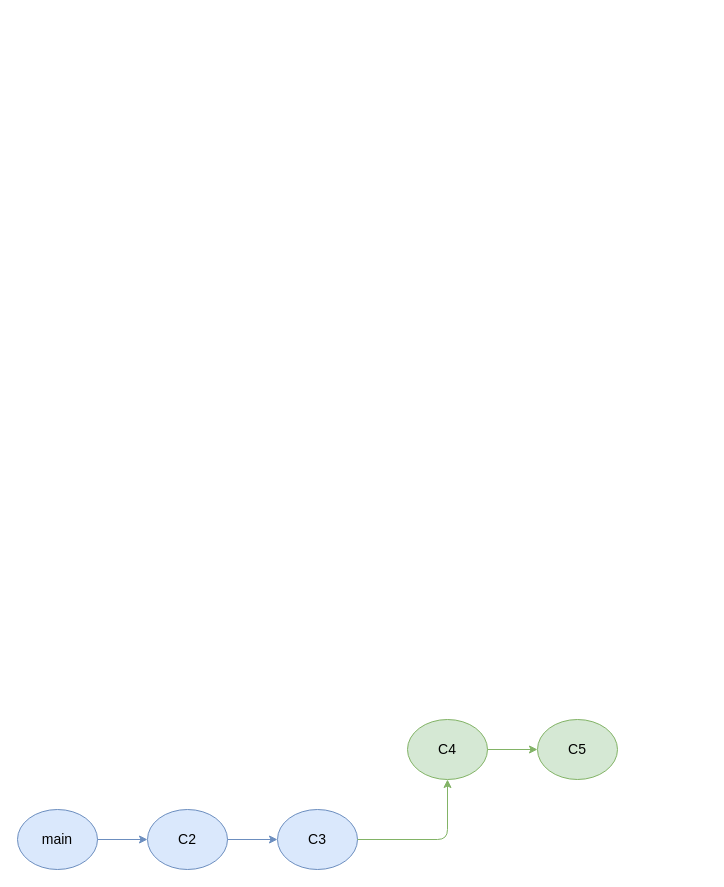
The draw.io diagram docs/assets/git_branches.drawio in k-CIR/course-open-science-in-practice, before the edit. Source tidied: cells renumbered, new cells numbered last; positions are measured from the earlier drawing's top-left corner, leaving out a move shared by most shapes. Both pictures are drawn from the tidied source at 100%, with x=0, y=0 at pixel (17, 719).
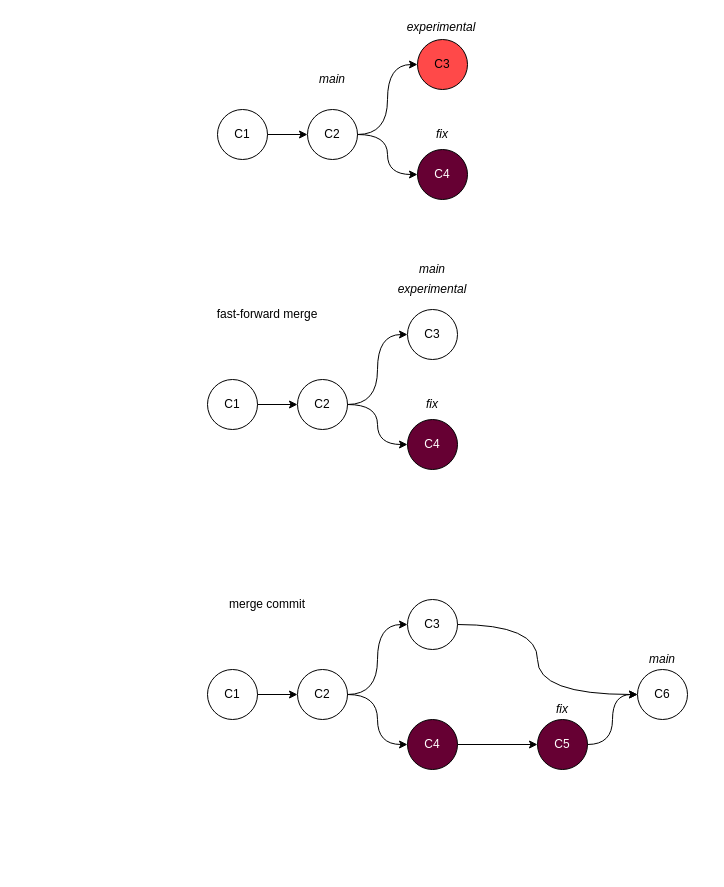
Above is the later version.

The edit, as a diff of the source:
```diff
@@
     <mxCell id="2" value="A branch is a movable pointer to a commit" style="text;html=1;fillColor=none;strokeColor=none;fontSize=16;fontStyle=1;align=center;" parent="1">
-      <mxGeometry x="-10" y="-70" width="640" height="30" as="geometry" />
+      <mxGeometry x="-20" y="-700" width="640" height="30" as="geometry" />
     </mxCell>
-    <mxCell id="3" value="main" style="ellipse;whiteSpace=wrap;html=1;fillColor=#dae8fc;strokeColor=#6c8ebf;fontSize=14;" parent="1" vertex="1">
-      <mxGeometry y="90" width="80" height="60" as="geometry" />
-    </mxCell>
-    <mxCell id="4" value="C2" style="ellipse;whiteSpace=wrap;html=1;fillColor=#dae8fc;strokeColor=#6c8ebf;fontSize=14;" parent="1" vertex="1">
-      <mxGeometry x="130" y="90" width="80" height="60" as="geometry" />
-    </mxCell>
-    <mxCell id="5" value="C3" style="ellipse;whiteSpace=wrap;html=1;fillColor=#dae8fc;strokeColor=#6c8ebf;fontSize=14;" parent="1" vertex="1">
-      <mxGeometry x="260" y="90" width="80" height="60" as="geometry" />
-    </mxCell>
-    <mxCell id="6" value="C4" style="ellipse;whiteSpace=wrap;html=1;fillColor=#d5e8d4;strokeColor=#82b366;fontSize=14;" parent="1" vertex="1">
-      <mxGeometry x="390" width="80" height="60" as="geometry" />
-    </mxCell>
-    <mxCell id="7" value="C5" style="ellipse;whiteSpace=wrap;html=1;fillColor=#d5e8d4;strokeColor=#82b366;fontSize=14;" parent="1" vertex="1">
-      <mxGeometry x="520" width="80" height="60" as="geometry" />
-    </mxCell>
-    <mxCell id="8" style="edgeStyle=orthogonalEdgeStyle;rounded=1;html=1;strokeColor=#6c8ebf;" parent="1" edge="1" source="3" target="4">
-      <mxGeometry relative="1" as="geometry" />
-    </mxCell>
-    <mxCell id="9" style="edgeStyle=orthogonalEdgeStyle;rounded=1;html=1;strokeColor=#6c8ebf;" parent="1" edge="1" source="4" target="5">
-      <mxGeometry relative="1" as="geometry" />
-    </mxCell>
-    <mxCell id="10" style="edgeStyle=orthogonalEdgeStyle;rounded=1;html=1;strokeColor=#82b366;" parent="1" edge="1" source="5" target="6">
-      <mxGeometry relative="1" as="geometry" />
-    </mxCell>
-    <mxCell id="11" style="edgeStyle=orthogonalEdgeStyle;rounded=1;html=1;strokeColor=#82b366;" parent="1" edge="1" source="6" target="7">
-      <mxGeometry relative="1" as="geometry" />
-    </mxCell>
     <mxCell id="12" value="main" style="text;html=1;fillColor=none;strokeColor=none;fontSize=14;fontStyle=1;fontColor=#6c8ebf;" parent="1">
-      <mxGeometry x="260" y="160" width="80" height="24" as="geometry" />
+      <mxGeometry x="250" y="-470" width="80" height="24" as="geometry" />
     </mxCell>
     <mxCell id="13" value="feature" style="text;html=1;fillColor=none;strokeColor=none;fontSize=14;fontStyle=1;fontColor=#82b366;" parent="1">
-      <mxGeometry x="520" y="70" width="80" height="24" as="geometry" />
+      <mxGeometry x="510" y="-560" width="80" height="24" as="geometry" />
     </mxCell>
@@
+    <mxCell id="16" style="edgeStyle=orthogonalEdgeStyle;rounded=0;jettySize=auto;html=1;strokeColor=#000000;fontColor=#000000;backgroundOutline=0;" parent="1" edge="1" source="17" target="20">
+      <mxGeometry relative="1" as="geometry" />
+    </mxCell>
+    <mxCell id="17" value="C1" style="ellipse;whiteSpace=wrap;html=1;shapeInside=1;fontColor=#000000;fillColor=none;strokeColor=#000000;backgroundOutline=0;" parent="1" vertex="1">
+      <mxGeometry x="200" y="-610" width="50" height="50" as="geometry" />
+    </mxCell>
+    <mxCell id="18" style="edgeStyle=orthogonalEdgeStyle;rounded=0;jettySize=auto;html=1;entryX=0;entryY=0.5;entryDx=0;entryDy=0;curved=1;strokeColor=#000000;fontColor=#000000;backgroundOutline=0;" parent="1" edge="1" source="20" target="22">
+      <mxGeometry relative="1" as="geometry" />
+    </mxCell>
+    <mxCell id="19" style="edgeStyle=orthogonalEdgeStyle;rounded=0;jettySize=auto;html=1;curved=1;strokeColor=#000000;fontColor=#000000;backgroundOutline=0;" parent="1" edge="1" source="20" target="44">
+      <mxGeometry relative="1" as="geometry" />
+    </mxCell>
+    <mxCell id="20" value="C2" style="ellipse;whiteSpace=wrap;html=1;shapeInside=1;fontColor=#000000;fillColor=none;strokeColor=#000000;backgroundOutline=0;" parent="1" vertex="1">
+      <mxGeometry x="290" y="-610" width="50" height="50" as="geometry" />
+    </mxCell>
+    <mxCell id="21" value="main" style="text;html=1;whiteSpace=wrap;strokeColor=none;fillColor=none;align=center;verticalAlign=middle;rounded=0;fontStyle=2;fontFamily=Helvetica;fontSize=12;fontColor=#000000;backgroundOutline=0;" parent="1" vertex="1">
+      <mxGeometry x="270" y="-650" width="90" height="20" as="geometry" />
+    </mxCell>
+    <mxCell id="22" value="C3" style="ellipse;whiteSpace=wrap;html=1;shapeInside=1;fillColor=#FF4949;gradientColor=none;strokeColor=#000000;fontColor=#000000;backgroundOutline=0;" parent="1" vertex="1">
+      <mxGeometry x="400" y="-680" width="50" height="50" as="geometry" />
+    </mxCell>
+    <mxCell id="23" value="&lt;span style=&quot;&quot;&gt;experimental&lt;/span&gt;" style="text;html=1;whiteSpace=wrap;strokeColor=none;fillColor=none;align=center;verticalAlign=middle;rounded=0;fontStyle=2;fontColor=#000000;backgroundOutline=0;" parent="1" vertex="1">
+      <mxGeometry x="379" y="-702" width="90" height="20" as="geometry" />
+    </mxCell>
+    <mxCell id="24" style="edgeStyle=orthogonalEdgeStyle;rounded=0;jettySize=auto;html=1;strokeColor=light-dark(#000000,#FFFFFF);" parent="1" edge="1" source="25" target="28">
+      <mxGeometry relative="1" as="geometry" />
+    </mxCell>
+    <mxCell id="25" value="C1" style="ellipse;whiteSpace=wrap;html=1;shapeInside=1;fontColor=light-dark(#000000,#FFFFFF);fillColor=none;strokeColor=light-dark(#000000,#FFFFFF);" parent="1" vertex="1">
+      <mxGeometry x="190" y="-340" width="50" height="50" as="geometry" />
+    </mxCell>
+    <mxCell id="26" style="edgeStyle=orthogonalEdgeStyle;rounded=0;jettySize=auto;html=1;entryX=0;entryY=0.5;entryDx=0;entryDy=0;curved=1;strokeColor=light-dark(#000000,#FFFFFF);" parent="1" edge="1" source="28" target="30">
+      <mxGeometry relative="1" as="geometry" />
+    </mxCell>
+    <mxCell id="27" style="edgeStyle=orthogonalEdgeStyle;rounded=0;jettySize=auto;html=1;entryX=0;entryY=0.5;entryDx=0;entryDy=0;curved=1;strokeColor=light-dark(#000000,#FFFFFF);" parent="1" edge="1" source="28" target="46">
+      <mxGeometry relative="1" as="geometry" />
+    </mxCell>
+    <mxCell id="28" value="C2" style="ellipse;whiteSpace=wrap;html=1;shapeInside=1;fontColor=light-dark(#000000,#FFFFFF);fillColor=none;strokeColor=light-dark(#000000,#FFFFFF);" parent="1" vertex="1">
+      <mxGeometry x="280" y="-340" width="50" height="50" as="geometry" />
+    </mxCell>
+    <mxCell id="29" value="main" style="text;html=1;whiteSpace=wrap;strokeColor=none;fillColor=none;align=center;verticalAlign=middle;rounded=0;fontStyle=2;fontFamily=Helvetica;fontSize=12;fontColor=light-dark(#000000,#FFFFFF);" parent="1" vertex="1">
+      <mxGeometry x="370" y="-460" width="90" height="20" as="geometry" />
+    </mxCell>
+    <mxCell id="30" value="C3" style="ellipse;whiteSpace=wrap;html=1;shapeInside=1;fontColor=light-dark(#000000,#FFFFFF);fillColor=none;strokeColor=light-dark(#000000,#FFFFFF);" parent="1" vertex="1">
+      <mxGeometry x="390" y="-410" width="50" height="50" as="geometry" />
+    </mxCell>
+    <mxCell id="31" value="experimental" style="text;html=1;whiteSpace=wrap;strokeColor=none;fillColor=none;align=center;verticalAlign=middle;rounded=0;fontStyle=2;fontFamily=Helvetica;fontSize=12;fontColor=light-dark(#000000,#FFFFFF);" parent="1" vertex="1">
+      <mxGeometry x="370" y="-440" width="90" height="20" as="geometry" />
+    </mxCell>
+    <mxCell id="32" value="fast-forward merge" style="text;html=1;whiteSpace=wrap;strokeColor=none;fillColor=none;align=center;verticalAlign=middle;rounded=0;fontFamily=Helvetica;fontSize=12;fontColor=light-dark(#000000,#FFFFFF);fontStyle=0;" parent="1" vertex="1">
+      <mxGeometry x="185" y="-420" width="130" height="30" as="geometry" />
+    </mxCell>
+    <mxCell id="33" style="edgeStyle=orthogonalEdgeStyle;rounded=0;jettySize=auto;html=1;strokeColor=light-dark(#000000,#FFFFFF);" parent="1" edge="1" source="34" target="37">
+      <mxGeometry relative="1" as="geometry" />
+    </mxCell>
+    <mxCell id="34" value="C1" style="ellipse;whiteSpace=wrap;html=1;shapeInside=1;fontColor=light-dark(#000000,#FFFFFF);fillColor=none;strokeColor=light-dark(#000000,#FFFFFF);" parent="1" vertex="1">
+      <mxGeometry x="190" y="-50" width="50" height="50" as="geometry" />
+    </mxCell>
+    <mxCell id="35" style="edgeStyle=orthogonalEdgeStyle;rounded=0;jettySize=auto;html=1;entryX=0;entryY=0.5;entryDx=0;entryDy=0;curved=1;strokeColor=light-dark(#000000,#FFFFFF);" parent="1" edge="1" source="37" target="39">
+      <mxGeometry relative="1" as="geometry" />
+    </mxCell>
+    <mxCell id="36" style="edgeStyle=orthogonalEdgeStyle;rounded=0;jettySize=auto;html=1;curved=1;strokeColor=light-dark(#000000,#FFFFFF);" parent="1" edge="1" source="37" target="42">
+      <mxGeometry relative="1" as="geometry" />
+    </mxCell>
+    <mxCell id="37" value="C2" style="ellipse;whiteSpace=wrap;html=1;shapeInside=1;fontColor=light-dark(#000000,#FFFFFF);fillColor=none;strokeColor=light-dark(#000000,#FFFFFF);" parent="1" vertex="1">
+      <mxGeometry x="280" y="-50" width="50" height="50" as="geometry" />
+    </mxCell>
+    <mxCell id="38" style="edgeStyle=orthogonalEdgeStyle;rounded=0;jettySize=auto;html=1;exitX=1;exitY=0.5;exitDx=0;exitDy=0;entryX=0;entryY=0.5;entryDx=0;entryDy=0;curved=1;strokeColor=light-dark(#000000,#FFFFFF);" parent="1" edge="1" source="39" target="50">
+      <mxGeometry relative="1" as="geometry">
+        <Array as="points">
+          <mxPoint x="520" y="-95" />
+          <mxPoint x="520" y="-25" />
+        </Array>
+      </mxGeometry>
+    </mxCell>
+    <mxCell id="39" value="C3" style="ellipse;whiteSpace=wrap;html=1;shapeInside=1;fontColor=light-dark(#000000,#FFFFFF);fillColor=none;strokeColor=light-dark(#000000,#FFFFFF);" parent="1" vertex="1">
+      <mxGeometry x="390" y="-120" width="50" height="50" as="geometry" />
+    </mxCell>
+    <mxCell id="40" value="merge commit" style="text;html=1;whiteSpace=wrap;strokeColor=none;fillColor=none;align=center;verticalAlign=middle;rounded=0;fontFamily=Helvetica;fontSize=12;fontColor=light-dark(#000000,#FFFFFF);fontStyle=0;" parent="1" vertex="1">
+      <mxGeometry x="185" y="-130" width="130" height="30" as="geometry" />
+    </mxCell>
+    <mxCell id="41" style="edgeStyle=orthogonalEdgeStyle;rounded=0;jettySize=auto;html=1;strokeColor=light-dark(#000000,#FFFFFF);" parent="1" edge="1" source="42" target="7">
+      <mxGeometry relative="1" as="geometry" />
+    </mxCell>
+    <mxCell id="42" value="C4" style="ellipse;whiteSpace=wrap;html=1;shapeInside=1;fillColor=light-dark(#660033,#33001A);strokeColor=light-dark(#000000,#FFFFFF);align=center;verticalAlign=middle;fontFamily=Helvetica;fontSize=12;fontColor=light-dark(#FFFFFF,#FFFFFF);" parent="1" vertex="1">
+      <mxGeometry x="390" width="50" height="50" as="geometry" />
+    </mxCell>
+    <mxCell id="43" style="edgeStyle=orthogonalEdgeStyle;rounded=0;jettySize=auto;html=1;entryX=0;entryY=0.5;entryDx=0;entryDy=0;curved=1;strokeColor=light-dark(#000000,#FFFFFF);" parent="1" edge="1" source="7" target="50">
+      <mxGeometry relative="1" as="geometry" />
+    </mxCell>
+    <mxCell id="7" value="C5" style="ellipse;whiteSpace=wrap;html=1;shapeInside=1;fillColor=light-dark(#660033,#33001A);strokeColor=light-dark(#000000,#FFFFFF);align=center;verticalAlign=middle;fontFamily=Helvetica;fontSize=12;fontColor=light-dark(#FFFFFF,#FFFFFF);" parent="1" vertex="1">
+      <mxGeometry x="520" width="50" height="50" as="geometry" />
+    </mxCell>
+    <mxCell id="44" value="C4" style="ellipse;whiteSpace=wrap;html=1;shapeInside=1;fillColor=light-dark(#660033,#33001A);strokeColor=#000000;fontColor=light-dark(#ffffff, #ededed);backgroundOutline=0;" parent="1" vertex="1">
+      <mxGeometry x="400" y="-570" width="50" height="50" as="geometry" />
+    </mxCell>
+    <mxCell id="45" value="fix" style="text;html=1;whiteSpace=wrap;strokeColor=none;fillColor=none;align=center;verticalAlign=middle;rounded=0;fontStyle=2;fontFamily=Helvetica;fontSize=12;fontColor=#000000;backgroundOutline=0;" parent="1" vertex="1">
+      <mxGeometry x="380" y="-595" width="90" height="20" as="geometry" />
+    </mxCell>
+    <mxCell id="46" value="C4" style="ellipse;whiteSpace=wrap;html=1;shapeInside=1;fillColor=light-dark(#660033,#33001A);strokeColor=light-dark(#000000,#FFFFFF);align=center;verticalAlign=middle;fontFamily=Helvetica;fontSize=12;fontColor=light-dark(#FFFFFF,#FFFFFF);" parent="1" vertex="1">
+      <mxGeometry x="390" y="-300" width="50" height="50" as="geometry" />
+    </mxCell>
+    <mxCell id="47" value="fix" style="text;html=1;whiteSpace=wrap;strokeColor=none;fillColor=none;align=center;verticalAlign=middle;rounded=0;fontStyle=2;fontFamily=Helvetica;fontSize=12;fontColor=light-dark(#000000,#FFFFFF);" parent="1" vertex="1">
+      <mxGeometry x="370" y="-325" width="90" height="20" as="geometry" />
+    </mxCell>
+    <mxCell id="48" value="main" style="text;html=1;whiteSpace=wrap;strokeColor=none;fillColor=none;align=center;verticalAlign=middle;rounded=0;fontStyle=2;fontFamily=Helvetica;fontSize=12;fontColor=light-dark(#000000,#FFFFFF);" parent="1" vertex="1">
+      <mxGeometry x="600" y="-70" width="90" height="20" as="geometry" />
+    </mxCell>
+    <mxCell id="49" value="fix" style="text;html=1;whiteSpace=wrap;strokeColor=none;fillColor=none;align=center;verticalAlign=middle;rounded=0;fontStyle=2;fontFamily=Helvetica;fontSize=12;fontColor=light-dark(#000000,#FFFFFF);" parent="1" vertex="1">
+      <mxGeometry x="500" y="-20" width="90" height="20" as="geometry" />
+    </mxCell>
+    <mxCell id="50" value="C6" style="ellipse;whiteSpace=wrap;html=1;shapeInside=1;fontColor=light-dark(#000000,#FFFFFF);fillColor=none;strokeColor=light-dark(#000000,#FFFFFF);" parent="1" vertex="1">
+      <mxGeometry x="620" y="-50" width="50" height="50" as="geometry" />
+    </mxCell>
```
